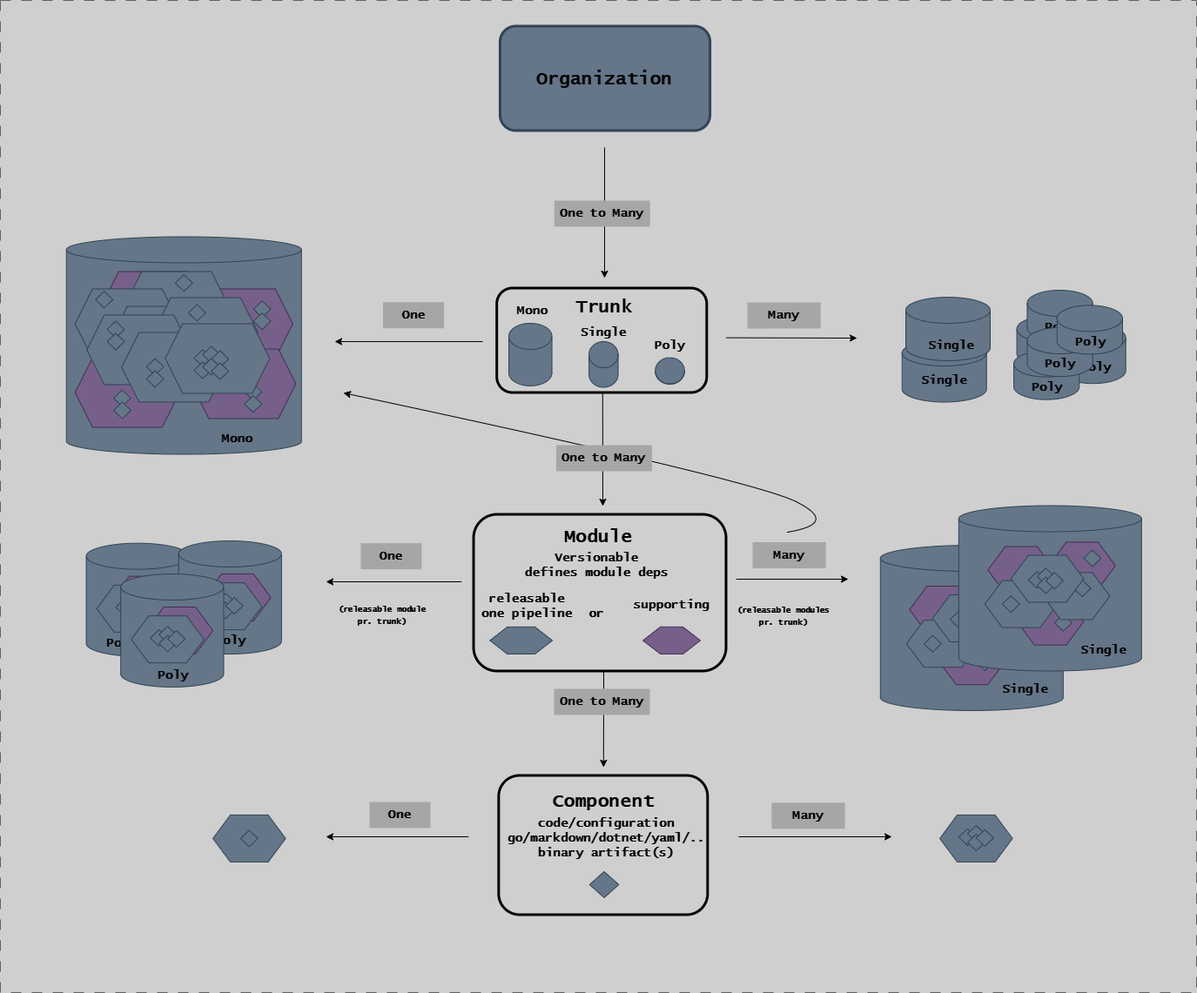
Above: docs/assets/architecture/modules-overview.drawio.png in ready-to-release/eac (draw.io), before the change. Source tidied: cells renumbered, new cells last; positions are measured from the earlier drawing's top-left corner, leaving out a move shared by most shapes.
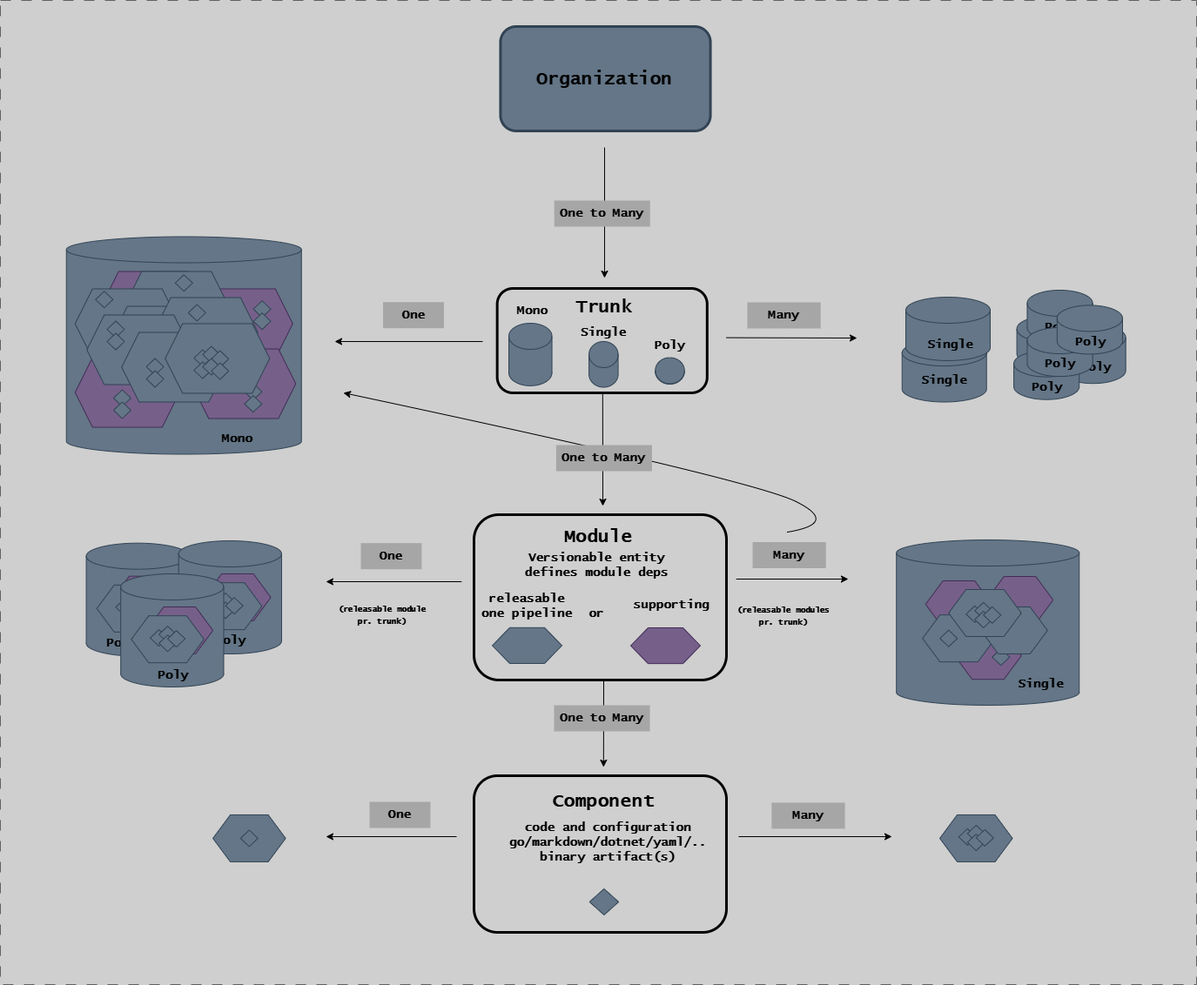
Above is the later version.

What changed in the source:
```diff
@@ -21,51 +21,45 @@
     <mxCell id="5" style="shape=cylinder3;whiteSpace=wrap;html=1;boundedLbl=1;backgroundOutline=1;size=15;fillColor=#647687;fontColor=#ffffff;strokeColor=#314354;" parent="1" vertex="1">
-      <mxGeometry x="1010.8" y="626" width="210" height="190" as="geometry" />
+      <mxGeometry x="1029.2" y="620" width="210" height="190" as="geometry" />
     </mxCell>
     <mxCell id="6" style="shape=hexagon;perimeter=hexagonPerimeter2;whiteSpace=wrap;html=1;fixedSize=1;fillColor=#76608a;fontColor=#ffffff;strokeColor=#432D57;" parent="1" vertex="1">
-      <mxGeometry x="1044.3" y="673" width="76.5" height="54" as="geometry" />
+      <mxGeometry x="1062.7" y="667" width="76.5" height="54" as="geometry" />
     </mxCell>
     <mxCell id="7" style="shape=hexagon;perimeter=hexagonPerimeter2;whiteSpace=wrap;html=1;fixedSize=1;fillColor=#A5BADC;fontColor=#ffffff;strokeColor=#314354;" parent="1" vertex="1">
-      <mxGeometry x="1084.3" y="697.2" width="76.5" height="54" as="geometry" />
+      <mxGeometry x="1102.7" y="691.2" width="76.5" height="54" as="geometry" />
     </mxCell>
     <mxCell id="8" style="shape=hexagon;perimeter=hexagonPerimeter2;whiteSpace=wrap;html=1;fixedSize=1;fillColor=#76608a;fontColor=#ffffff;strokeColor=#432D57;" parent="1" vertex="1">
-      <mxGeometry x="1077.8" y="732.2" width="76.5" height="54" as="geometry" />
+      <mxGeometry x="1096.2" y="726.2" width="76.5" height="54" as="geometry" />
     </mxCell>
     <mxCell id="9" style="shape=hexagon;perimeter=hexagonPerimeter2;whiteSpace=wrap;html=1;fixedSize=1;fillColor=#647687;fontColor=#ffffff;strokeColor=#314354;" parent="1" vertex="1">
-      <mxGeometry x="1040.8" y="712.2" width="83.5" height="54" as="geometry" />
+      <mxGeometry x="1059.2" y="706.2" width="83.5" height="54" as="geometry" />
     </mxCell>
     <mxCell id="10" style="shape=hexagon;perimeter=hexagonPerimeter2;whiteSpace=wrap;html=1;fixedSize=1;fillColor=#76608a;fontColor=#ffffff;strokeColor=#432D57;" parent="1" vertex="1">
-      <mxGeometry x="1114.3" y="668" width="76.5" height="54" as="geometry" />
+      <mxGeometry x="1132.7" y="662" width="76.5" height="54" as="geometry" />
     </mxCell>
     <mxCell id="11" style="rhombus;whiteSpace=wrap;html=1;fillColor=#647687;fontColor=#ffffff;strokeColor=#314354;flipV=1;legacyAnchorPoints=0;flipH=0;" parent="1" vertex="1">
-      <mxGeometry x="1120.8" y="751.2" width="20" height="19" as="geometry" />
+      <mxGeometry x="1139.2" y="745.2" width="20" height="19" as="geometry" />
     </mxCell>
     <mxCell id="12" style="shape=hexagon;perimeter=hexagonPerimeter2;whiteSpace=wrap;html=1;fixedSize=1;fillColor=#647687;fontColor=#ffffff;strokeColor=#314354;" parent="1" vertex="1">
-      <mxGeometry x="1107.8" y="703" width="76.5" height="54" as="geometry" />
+      <mxGeometry x="1126.2" y="697" width="76.5" height="54" as="geometry" />
     </mxCell>
-    <mxCell id="13" style="rhombus;whiteSpace=wrap;html=1;fillColor=#647687;fontColor=#ffffff;strokeColor=#314354;flipV=1;legacyAnchorPoints=0;flipH=0;" parent="1" vertex="1">
-      <mxGeometry x="1142.6" y="711.5" width="20" height="19" as="geometry" />
-    </mxCell>
     <mxCell id="14" style="shape=hexagon;perimeter=hexagonPerimeter2;whiteSpace=wrap;html=1;fixedSize=1;fillColor=#647687;fontColor=#ffffff;strokeColor=#314354;" parent="1" vertex="1">
-      <mxGeometry x="1070.8" y="683" width="83.5" height="54" as="geometry" />
+      <mxGeometry x="1089.2" y="677" width="83.5" height="54" as="geometry" />
     </mxCell>
-    <mxCell id="15" style="rhombus;whiteSpace=wrap;html=1;fillColor=#647687;fontColor=#ffffff;strokeColor=#314354;flipV=1;legacyAnchorPoints=0;flipH=0;" parent="1" vertex="1">
-      <mxGeometry x="1154.3" y="677" width="20" height="19" as="geometry" />
-    </mxCell>
     <mxCell id="16" style="rhombus;whiteSpace=wrap;html=1;fillColor=#647687;fontColor=#ffffff;strokeColor=#314354;flipV=1;legacyAnchorPoints=0;flipH=0;" parent="1" vertex="1">
-      <mxGeometry x="1090.8" y="701.8" width="20" height="19" as="geometry" />
+      <mxGeometry x="1109.2" y="695.8" width="20" height="19" as="geometry" />
     </mxCell>
     <mxCell id="17" style="rhombus;whiteSpace=wrap;html=1;fillColor=#647687;fontColor=#ffffff;strokeColor=#314354;flipV=1;legacyAnchorPoints=0;flipH=0;" parent="1" vertex="1">
-      <mxGeometry x="1100.8" y="697.8" width="20" height="19" as="geometry" />
+      <mxGeometry x="1119.2" y="691.8" width="20" height="19" as="geometry" />
     </mxCell>
     <mxCell id="18" style="rhombus;whiteSpace=wrap;html=1;fillColor=#647687;fontColor=#ffffff;strokeColor=#314354;flipV=1;legacyAnchorPoints=0;flipH=0;" parent="1" vertex="1">
-      <mxGeometry x="1100.8" y="708" width="20" height="19" as="geometry" />
+      <mxGeometry x="1119.2" y="702" width="20" height="19" as="geometry" />
     </mxCell>
     <mxCell id="19" style="rhombus;whiteSpace=wrap;html=1;fillColor=#647687;fontColor=#ffffff;strokeColor=#314354;flipV=1;legacyAnchorPoints=0;flipH=0;" parent="1" vertex="1">
-      <mxGeometry x="1110.8" y="702.8" width="20" height="19" as="geometry" />
+      <mxGeometry x="1129.2" y="696.8" width="20" height="19" as="geometry" />
     </mxCell>
     <mxCell id="20" style="rhombus;whiteSpace=wrap;html=1;fillColor=#647687;fontColor=#ffffff;strokeColor=#314354;flipV=1;legacyAnchorPoints=0;flipH=0;" parent="1" vertex="1">
-      <mxGeometry x="1060.8" y="729.7" width="20" height="19" as="geometry" />
+      <mxGeometry x="1079.2" y="723.7" width="20" height="19" as="geometry" />
     </mxCell>
     <mxCell id="21" value="&lt;div style=&quot;&quot;&gt;&lt;span style=&quot;font-size: 14px; text-wrap-mode: nowrap;&quot;&gt;&lt;b&gt;Single&lt;/b&gt;&lt;/span&gt;&lt;/div&gt;" style="text;whiteSpace=wrap;html=1;fontFamily=Lucida Console;align=center;" parent="1" vertex="1">
-      <mxGeometry x="1133.8" y="777" width="87" height="29.8" as="geometry" />
+      <mxGeometry x="1152.2" y="771" width="87" height="29.8" as="geometry" />
     </mxCell>
@@ -122,8 +116,2 @@
     </mxCell>
-    <mxCell id="39" style="shape=cylinder3;whiteSpace=wrap;html=1;boundedLbl=1;backgroundOutline=1;size=15;fillColor=#647687;fontColor=#ffffff;strokeColor=#314354;" parent="1" vertex="1">
-      <mxGeometry x="1100.8" y="580.5" width="210" height="190" as="geometry" />
-    </mxCell>
-    <mxCell id="40" style="shape=hexagon;perimeter=hexagonPerimeter2;whiteSpace=wrap;html=1;fixedSize=1;fillColor=#76608a;fontColor=#ffffff;strokeColor=#432D57;" parent="1" vertex="1">
-      <mxGeometry x="1134.3" y="627.5" width="76.5" height="54" as="geometry" />
-    </mxCell>
     <mxCell id="41" style="shape=cylinder3;whiteSpace=wrap;html=1;boundedLbl=1;backgroundOutline=1;size=15;fillColor=#647687;fontColor=#ffffff;strokeColor=#314354;" parent="1" vertex="1">
@@ -153,3 +141,3 @@
     <mxCell id="49" style="group;strokeColor=#616161;dashed=1;dashPattern=12 12;fontFamily=Lucida Console;fontSize=19;fontStyle=1;" parent="1" vertex="1">
-      <mxGeometry width="1374" height="1140" as="geometry" />
+      <mxGeometry width="1374" height="1131" as="geometry" />
     </mxCell>
@@ -160,3 +148,3 @@
       <mxGeometry relative="1" as="geometry">
-        <mxPoint x="693" y="771" as="sourcePoint" />
+        <mxPoint x="693" y="781" as="sourcePoint" />
         <mxPoint x="692.8" y="881" as="targetPoint" />
@@ -165,3 +153,3 @@
     <mxCell id="52" style="group;strokeColor=default;fontFamily=Lucida Console;fontSize=19;fontStyle=1;rounded=1;strokeWidth=3;" parent="1" vertex="1">
-      <mxGeometry x="572.8" y="891" width="240" height="160" as="geometry" />
+      <mxGeometry x="544" y="891" width="290" height="180" as="geometry" />
     </mxCell>
@@ -171,3 +159,3 @@
     <mxCell id="54" style="group;strokeColor=default;fontFamily=Lucida Console;fontSize=19;fontStyle=1;rounded=1;strokeWidth=3;" parent="1" vertex="1">
-      <mxGeometry x="544" y="591" width="290" height="180" as="geometry" />
+      <mxGeometry x="544" y="591" width="290" height="190" as="geometry" />
     </mxCell>
@@ -252,3 +240,3 @@
     <mxCell id="75" value="&lt;div style=&quot;&quot;&gt;&lt;span style=&quot;font-size: 14px; text-wrap-mode: nowrap;&quot;&gt;&lt;b&gt;One to Many&lt;/b&gt;&lt;/span&gt;&lt;/div&gt;" style="text;whiteSpace=wrap;html=1;fontFamily=Lucida Console;align=center;fillColor=#A6A6A6;fillStyle=auto;" parent="1" vertex="1">
-      <mxGeometry x="636" y="791" width="110" height="30" as="geometry" />
+      <mxGeometry x="636" y="810" width="110" height="30" as="geometry" />
     </mxCell>
@@ -257,47 +245,2 @@
     </mxCell>
-    <mxCell id="77" style="shape=hexagon;perimeter=hexagonPerimeter2;whiteSpace=wrap;html=1;fixedSize=1;fillColor=#A5BADC;fontColor=#ffffff;strokeColor=#314354;" parent="1" vertex="1">
-      <mxGeometry x="1174.3" y="651.7" width="76.5" height="54" as="geometry" />
-    </mxCell>
-    <mxCell id="78" style="shape=hexagon;perimeter=hexagonPerimeter2;whiteSpace=wrap;html=1;fixedSize=1;fillColor=#76608a;fontColor=#ffffff;strokeColor=#432D57;" parent="1" vertex="1">
-      <mxGeometry x="1167.8" y="686.7" width="76.5" height="54" as="geometry" />
-    </mxCell>
-    <mxCell id="79" style="shape=hexagon;perimeter=hexagonPerimeter2;whiteSpace=wrap;html=1;fixedSize=1;fillColor=#647687;fontColor=#ffffff;strokeColor=#314354;" parent="1" vertex="1">
-      <mxGeometry x="1130.8" y="666.7" width="83.5" height="54" as="geometry" />
-    </mxCell>
-    <mxCell id="80" style="shape=hexagon;perimeter=hexagonPerimeter2;whiteSpace=wrap;html=1;fixedSize=1;fillColor=#76608a;fontColor=#ffffff;strokeColor=#432D57;" parent="1" vertex="1">
-      <mxGeometry x="1204.3" y="622.5" width="76.5" height="54" as="geometry" />
-    </mxCell>
-    <mxCell id="81" style="rhombus;whiteSpace=wrap;html=1;fillColor=#647687;fontColor=#ffffff;strokeColor=#314354;flipV=1;legacyAnchorPoints=0;flipH=0;" parent="1" vertex="1">
-      <mxGeometry x="1210.8" y="705.7" width="20" height="19" as="geometry" />
-    </mxCell>
-    <mxCell id="82" style="shape=hexagon;perimeter=hexagonPerimeter2;whiteSpace=wrap;html=1;fixedSize=1;fillColor=#647687;fontColor=#ffffff;strokeColor=#314354;" parent="1" vertex="1">
-      <mxGeometry x="1197.8" y="657.5" width="76.5" height="54" as="geometry" />
-    </mxCell>
-    <mxCell id="83" style="rhombus;whiteSpace=wrap;html=1;fillColor=#647687;fontColor=#ffffff;strokeColor=#314354;flipV=1;legacyAnchorPoints=0;flipH=0;" parent="1" vertex="1">
-      <mxGeometry x="1232.6" y="666" width="20" height="19" as="geometry" />
-    </mxCell>
-    <mxCell id="84" style="shape=hexagon;perimeter=hexagonPerimeter2;whiteSpace=wrap;html=1;fixedSize=1;fillColor=#647687;fontColor=#ffffff;strokeColor=#314354;" parent="1" vertex="1">
-      <mxGeometry x="1160.8" y="637.5" width="83.5" height="54" as="geometry" />
-    </mxCell>
-    <mxCell id="85" style="rhombus;whiteSpace=wrap;html=1;fillColor=#647687;fontColor=#ffffff;strokeColor=#314354;flipV=1;legacyAnchorPoints=0;flipH=0;" parent="1" vertex="1">
-      <mxGeometry x="1244.3" y="631.5" width="20" height="19" as="geometry" />
-    </mxCell>
-    <mxCell id="86" style="rhombus;whiteSpace=wrap;html=1;fillColor=#647687;fontColor=#ffffff;strokeColor=#314354;flipV=1;legacyAnchorPoints=0;flipH=0;" parent="1" vertex="1">
-      <mxGeometry x="1180.8" y="656.3" width="20" height="19" as="geometry" />
-    </mxCell>
-    <mxCell id="87" style="rhombus;whiteSpace=wrap;html=1;fillColor=#647687;fontColor=#ffffff;strokeColor=#314354;flipV=1;legacyAnchorPoints=0;flipH=0;" parent="1" vertex="1">
-      <mxGeometry x="1190.8" y="652.3" width="20" height="19" as="geometry" />
-    </mxCell>
-    <mxCell id="88" style="rhombus;whiteSpace=wrap;html=1;fillColor=#647687;fontColor=#ffffff;strokeColor=#314354;flipV=1;legacyAnchorPoints=0;flipH=0;" parent="1" vertex="1">
-      <mxGeometry x="1190.8" y="662.5" width="20" height="19" as="geometry" />
-    </mxCell>
-    <mxCell id="89" style="rhombus;whiteSpace=wrap;html=1;fillColor=#647687;fontColor=#ffffff;strokeColor=#314354;flipV=1;legacyAnchorPoints=0;flipH=0;" parent="1" vertex="1">
-      <mxGeometry x="1200.8" y="657.3" width="20" height="19" as="geometry" />
-    </mxCell>
-    <mxCell id="90" style="rhombus;whiteSpace=wrap;html=1;fillColor=#647687;fontColor=#ffffff;strokeColor=#314354;flipV=1;legacyAnchorPoints=0;flipH=0;" parent="1" vertex="1">
-      <mxGeometry x="1150.8" y="684.2" width="20" height="19" as="geometry" />
-    </mxCell>
-    <mxCell id="91" value="&lt;div style=&quot;&quot;&gt;&lt;span style=&quot;font-size: 14px; text-wrap-mode: nowrap;&quot;&gt;&lt;b&gt;Single&lt;/b&gt;&lt;/span&gt;&lt;/div&gt;" style="text;whiteSpace=wrap;html=1;fontFamily=Lucida Console;align=center;" parent="1" vertex="1">
-      <mxGeometry x="1223.8" y="731.5" width="87" height="29.8" as="geometry" />
-    </mxCell>
     <mxCell id="92" style="shape=hexagon;perimeter=hexagonPerimeter2;whiteSpace=wrap;html=1;fixedSize=1;fillColor=#76608a;fontColor=#ffffff;strokeColor=#432D57;" parent="1" vertex="1">
@@ -320,7 +263,7 @@
     </mxCell>
-    <mxCell id="98" value="&lt;div style=&quot;&quot;&gt;&lt;b style=&quot;font-size: 14px; text-wrap-mode: nowrap; background-color: transparent; color: light-dark(rgb(0, 0, 0), rgb(255, 255, 255));&quot;&gt;Versionable&lt;/b&gt;&lt;/div&gt;&lt;div style=&quot;&quot;&gt;&lt;span style=&quot;font-size: 14px; text-wrap-mode: nowrap;&quot;&gt;&lt;b&gt;defines module deps&lt;/b&gt;&lt;/span&gt;&lt;/div&gt;" style="text;whiteSpace=wrap;html=1;fontFamily=Lucida Console;align=center;" parent="1" vertex="1">
+    <mxCell id="98" value="&lt;div style=&quot;&quot;&gt;&lt;b style=&quot;font-size: 14px; text-wrap-mode: nowrap; background-color: transparent; color: light-dark(rgb(0, 0, 0), rgb(255, 255, 255));&quot;&gt;Versionable entity&lt;/b&gt;&lt;/div&gt;&lt;div style=&quot;&quot;&gt;&lt;span style=&quot;font-size: 14px; text-wrap-mode: nowrap;&quot;&gt;&lt;b&gt;defines module deps&lt;/b&gt;&lt;/span&gt;&lt;/div&gt;" style="text;whiteSpace=wrap;html=1;fontFamily=Lucida Console;align=center;" parent="1" vertex="1">
       <mxGeometry x="580.3" y="625.9" width="210" height="57.2" as="geometry" />
     </mxCell>
-    <mxCell id="99" value="&lt;div style=&quot;&quot;&gt;&lt;span style=&quot;font-size: 14px; text-wrap-mode: nowrap;&quot;&gt;&lt;b&gt;code/configuration&lt;br&gt;go/markdown/dotnet/yaml/..&lt;br&gt;binary artifact(s)&lt;/b&gt;&lt;/span&gt;&lt;/div&gt;" style="text;whiteSpace=wrap;html=1;fontFamily=Lucida Console;align=center;" parent="1" vertex="1">
-      <mxGeometry x="590.7" y="931" width="210" height="63.9" as="geometry" />
+    <mxCell id="99" value="&lt;div style=&quot;&quot;&gt;&lt;span style=&quot;font-size: 14px; text-wrap-mode: nowrap;&quot;&gt;&lt;b&gt;code and configuration&lt;br&gt;go/markdown/dotnet/yaml/..&lt;br&gt;binary artifact(s)&lt;/b&gt;&lt;/span&gt;&lt;/div&gt;" style="text;whiteSpace=wrap;html=1;fontFamily=Lucida Console;align=center;" parent="1" vertex="1">
+      <mxGeometry x="593.4" y="935.6" width="210" height="63.9" as="geometry" />
     </mxCell>
@@ -388,3 +331,3 @@
       <mxGeometry relative="1" as="geometry">
-        <mxPoint x="537.8" y="961" as="sourcePoint" />
+        <mxPoint x="524" y="961" as="sourcePoint" />
         <mxPoint x="374" y="961" as="targetPoint" />
@@ -438,3 +381,3 @@
     <mxCell id="135" value="&lt;div style=&quot;&quot;&gt;&lt;span style=&quot;font-size: 14px; text-wrap-mode: nowrap;&quot;&gt;&lt;b&gt;Single&lt;/b&gt;&lt;/span&gt;&lt;/div&gt;" style="text;whiteSpace=wrap;html=1;fontFamily=Lucida Console;align=center;" parent="1" vertex="1">
-      <mxGeometry x="1048.8" y="382.4" width="87" height="29.8" as="geometry" />
+      <mxGeometry x="1047.8" y="381.4" width="87" height="29.8" as="geometry" />
     </mxCell>
@@ -447,6 +390,6 @@
     <mxCell id="138" style="shape=hexagon;perimeter=hexagonPerimeter2;whiteSpace=wrap;html=1;fixedSize=1;fillColor=#76608a;fontColor=#ffffff;strokeColor=#432D57;" parent="1" vertex="1">
-      <mxGeometry x="738.1" y="719.9" width="65.9" height="31.1" as="geometry" />
+      <mxGeometry x="724" y="721" width="80" height="41.1" as="geometry" />
     </mxCell>
     <mxCell id="139" style="shape=hexagon;perimeter=hexagonPerimeter2;whiteSpace=wrap;html=1;fixedSize=1;fillColor=#647687;fontColor=#ffffff;strokeColor=#314354;" parent="1" vertex="1">
-      <mxGeometry x="562.3" y="719.9" width="71.7" height="31.1" as="geometry" />
+      <mxGeometry x="565" y="720.8" width="80" height="41.1" as="geometry" />
     </mxCell>
@@ -465,3 +408,3 @@
     <mxCell id="144" style="rhombus;whiteSpace=wrap;html=1;fillColor=#647687;fontColor=#ffffff;strokeColor=#314354;flipV=1;legacyAnchorPoints=0;flipH=0;" parent="1" vertex="1">
-      <mxGeometry x="676.8" y="1001" width="33.5" height="30" as="geometry" />
+      <mxGeometry x="676.6" y="1021" width="33.5" height="30" as="geometry" />
     </mxCell>
```
